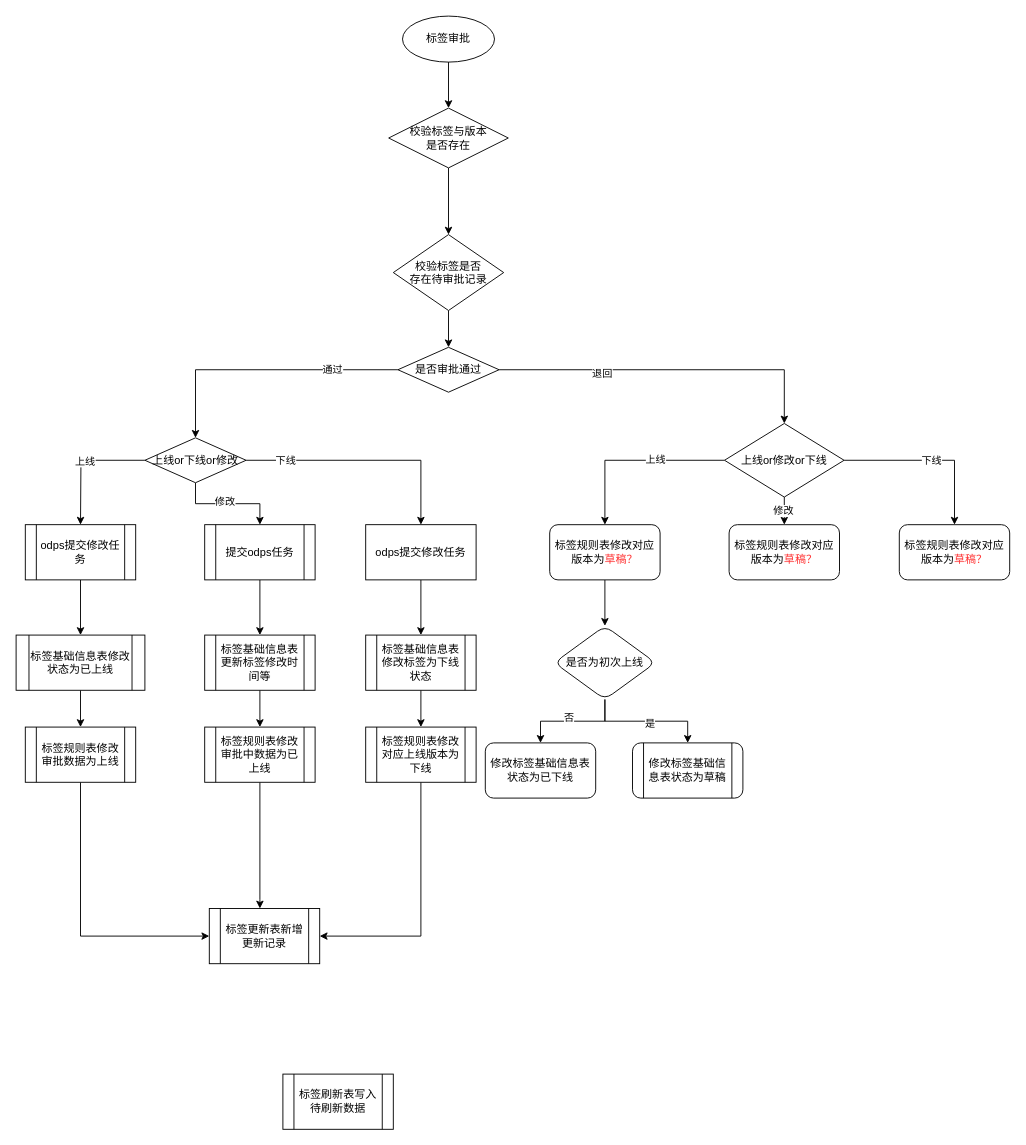
This is 标签审批流程图.drawio from 1418956397/JavaWeb-Project-Source-Share, a draw.io file, before an edit. Source tidied: cells renumbered, new cells numbered last; positions are measured from the earlier drawing's top-left corner, leaving out a move shared by most shapes. Both pictures are drawn from the tidied source at 92%, with x=0, y=0 at pixel (16, 16).
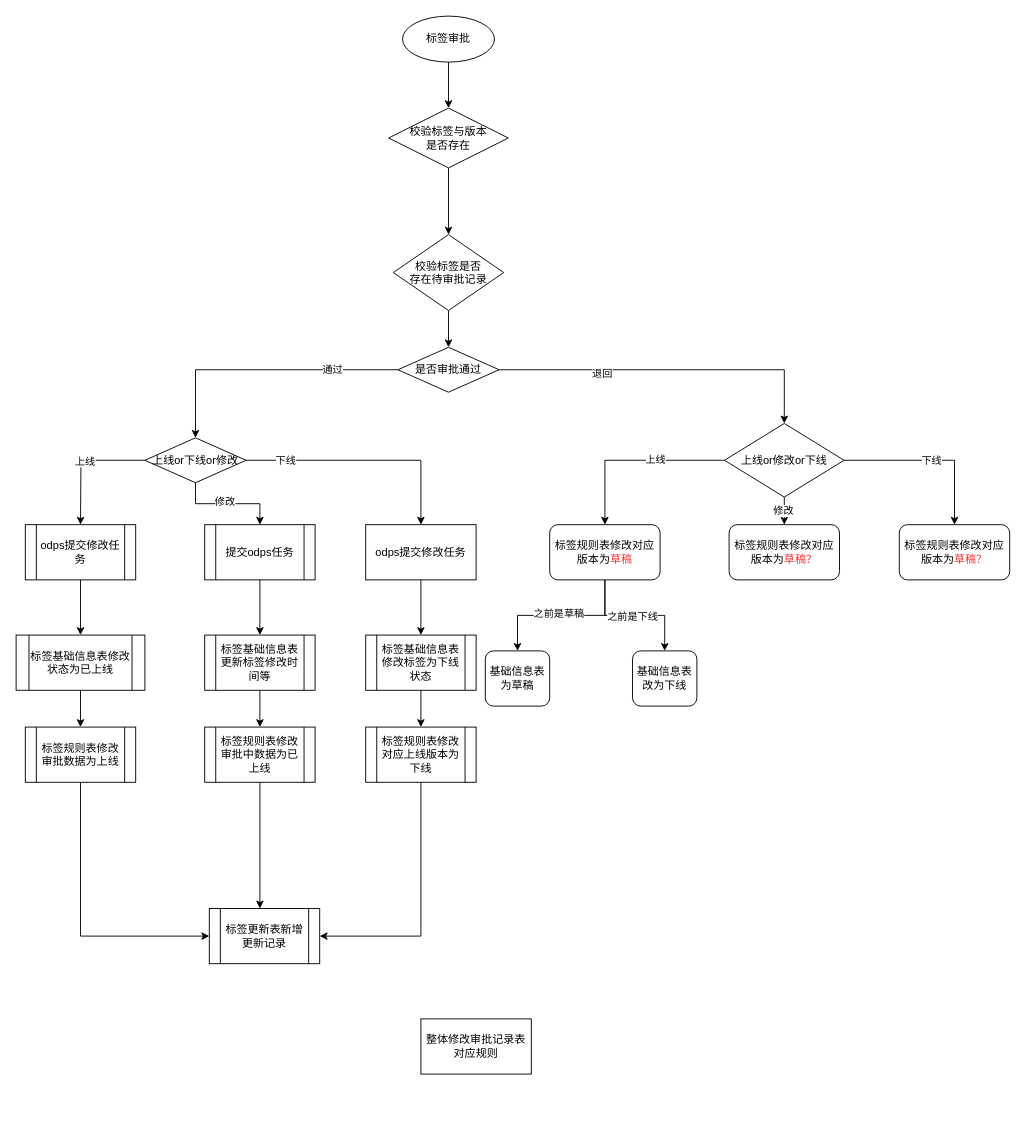
After the change.

Commit message:
更新标签审批流程图.drawio

What changed in the source:
```diff
@@
-    <mxCell id="24" value="标签刷新表写入待刷新数据" style="shape=process;whiteSpace=wrap;html=1;backgroundOutline=1;" parent="1" vertex="1">
-      <mxGeometry x="290" y="1150" width="120" height="60" as="geometry" />
-    </mxCell>
@@
-    <mxCell id="46" style="edgeStyle=orthogonalEdgeStyle;rounded=0;jettySize=auto;html=1;" parent="1" edge="1" source="47" target="53">
-      <mxGeometry relative="1" as="geometry" />
-    </mxCell>
+    <mxCell id="57" style="edgeStyle=orthogonalEdgeStyle;rounded=0;jettySize=auto;html=1;" parent="1" edge="1" source="47" target="59">
+      <mxGeometry relative="1" as="geometry" />
+    </mxCell>
+    <mxCell id="58" value="之前是草稿" style="edgeLabel;html=1;align=center;verticalAlign=middle;" parent="57" vertex="1">
+      <mxGeometry x="0.03" y="-2" relative="1" as="geometry" />
+    </mxCell>
-    <mxCell id="47" value="标签规则表修改对应版本为&lt;font color=&quot;#ff3333&quot;&gt;草稿？&lt;/font&gt;" style="rounded=1;whiteSpace=wrap;html=1;" parent="1" vertex="1">
+    <mxCell id="47" value="标签规则表修改对应版本为&lt;font color=&quot;#ff3333&quot;&gt;草稿&lt;/font&gt;" style="rounded=1;whiteSpace=wrap;html=1;" parent="1" vertex="1">
       <mxGeometry x="580" y="552.8" width="120" height="60" as="geometry" />
     </mxCell>
@@
-    <mxCell id="49" style="edgeStyle=orthogonalEdgeStyle;rounded=0;jettySize=auto;html=1;" parent="1" edge="1" source="53" target="54">
-      <mxGeometry relative="1" as="geometry" />
-    </mxCell>
-    <mxCell id="50" value="是" style="edgeLabel;html=1;align=center;verticalAlign=middle;" parent="49" vertex="1">
-      <mxGeometry x="0.05" y="-2" relative="1" as="geometry" />
-    </mxCell>
-    <mxCell id="51" style="edgeStyle=orthogonalEdgeStyle;rounded=0;jettySize=auto;html=1;" parent="1" edge="1" source="53" target="56">
-      <mxGeometry relative="1" as="geometry" />
-    </mxCell>
-    <mxCell id="52" value="否" style="edgeLabel;html=1;align=center;verticalAlign=middle;" parent="51" vertex="1">
-      <mxGeometry x="0.07" y="-4" relative="1" as="geometry" />
-    </mxCell>
-    <mxCell id="53" value="是否为初次上线" style="rhombus;whiteSpace=wrap;html=1;rounded=1;" parent="1" vertex="1">
-      <mxGeometry x="585" y="662.8" width="110" height="80" as="geometry" />
-    </mxCell>
-    <mxCell id="54" value="修改标签基础信息表状态为草稿" style="shape=process;whiteSpace=wrap;html=1;backgroundOutline=1;rounded=1;" parent="1" vertex="1">
-      <mxGeometry x="670" y="790" width="120" height="60" as="geometry" />
-    </mxCell>
@@
-    <mxCell id="56" value="修改标签基础信息表状态为已下线" style="rounded=1;whiteSpace=wrap;html=1;" parent="1" vertex="1">
-      <mxGeometry x="510" y="790" width="120" height="60" as="geometry" />
-    </mxCell>
+    <mxCell id="59" value="基础信息表为草稿" style="whiteSpace=wrap;html=1;rounded=1;" parent="1" vertex="1">
+      <mxGeometry x="510" y="690" width="70" height="60" as="geometry" />
+    </mxCell>
+    <mxCell id="60" value="基础信息表改为下线" style="rounded=1;whiteSpace=wrap;html=1;" parent="1" vertex="1">
+      <mxGeometry x="670" y="690" width="70" height="60" as="geometry" />
+    </mxCell>
+    <mxCell id="61" style="edgeStyle=orthogonalEdgeStyle;rounded=0;jettySize=auto;html=1;" parent="1" edge="1" source="47" target="60">
+      <mxGeometry relative="1" as="geometry" />
+    </mxCell>
+    <mxCell id="62" value="之前是下线" style="edgeLabel;html=1;align=center;verticalAlign=middle;" parent="61" vertex="1">
+      <mxGeometry x="-0.05" y="-1" relative="1" as="geometry" />
+    </mxCell>
+    <mxCell id="63" value="整体修改审批记录表对应规则" style="rounded=0;whiteSpace=wrap;html=1;" parent="1" vertex="1">
+      <mxGeometry x="440" y="1090" width="120" height="60" as="geometry" />
+    </mxCell>
```
